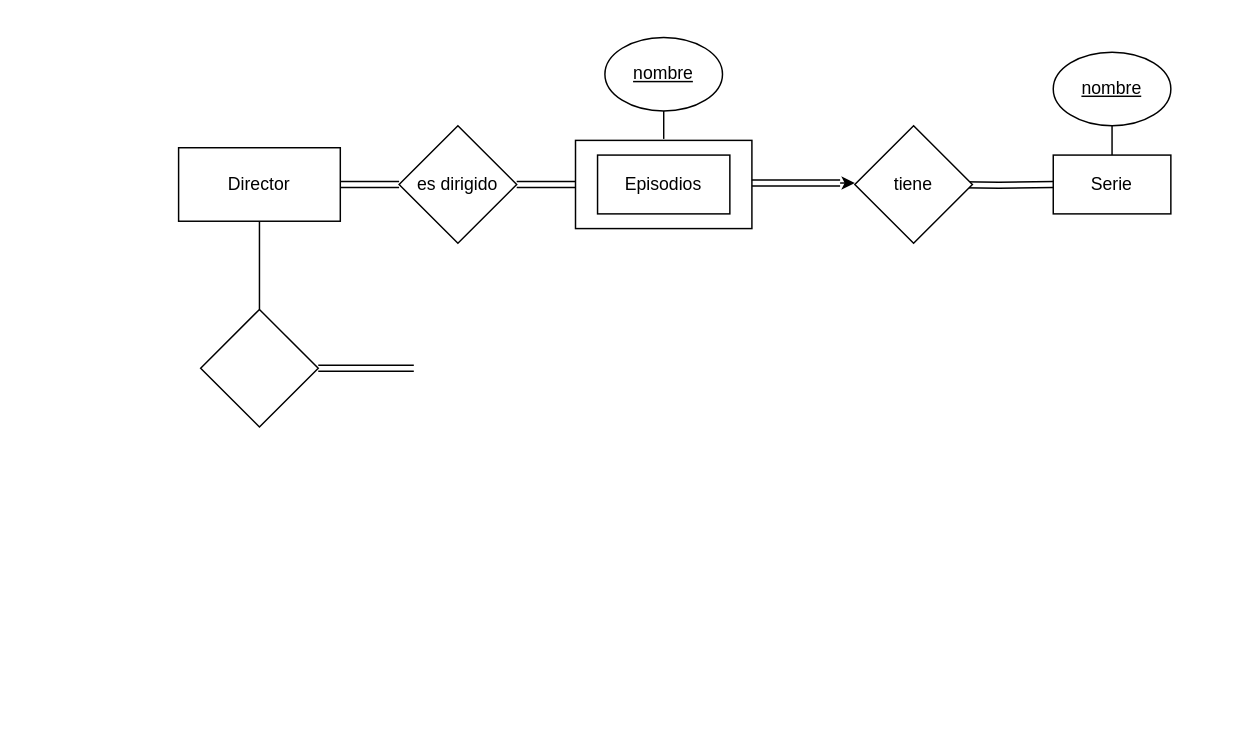
Earlier version of the draw.io diagram Untitled Diagram.drawio (jcitog/BBDD). Source tidied: cells renumbered, new cells numbered last; positions are measured from the earlier drawing's top-left corner, leaving out a move shared by most shapes. Both pictures are drawn from the tidied source at 147%, with x=0, y=0 at pixel (178, 37).
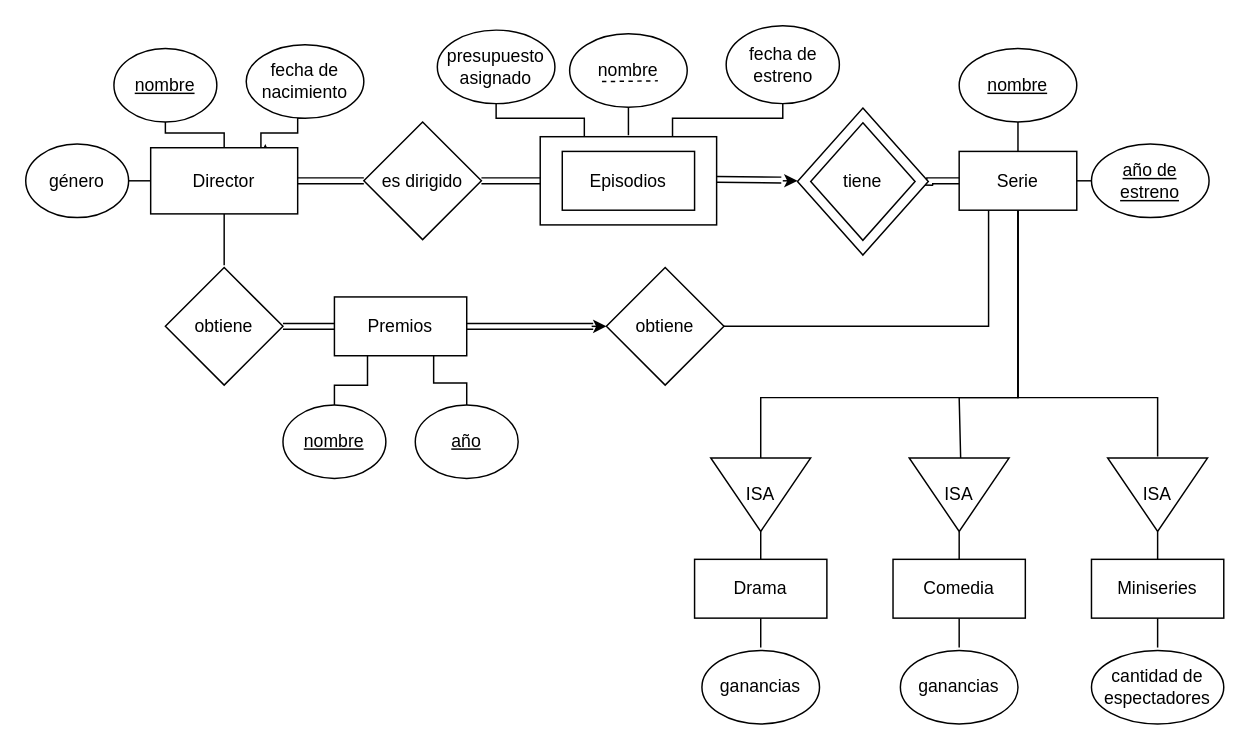
After the change.

The edit, as a diff of the source:
```diff
@@
+    <mxCell id="21" style="edgeStyle=orthogonalEdgeStyle;rounded=0;jettySize=auto;html=1;exitX=1;exitY=0.5;exitDx=0;exitDy=0;entryX=0;entryY=0.5;entryDx=0;entryDy=0;endArrow=none;endFill=0;" parent="1" edge="1" source="2" target="37">
+      <mxGeometry relative="1" as="geometry" />
+    </mxCell>
+    <mxCell id="22" style="edgeStyle=orthogonalEdgeStyle;rounded=0;jettySize=auto;html=1;exitX=0.25;exitY=1;exitDx=0;exitDy=0;endArrow=none;endFill=0;entryX=1;entryY=0.5;entryDx=0;entryDy=0;" parent="1" edge="1" source="2" target="32">
+      <mxGeometry relative="1" as="geometry" />
+    </mxCell>
+    <mxCell id="23" style="edgeStyle=orthogonalEdgeStyle;rounded=0;jettySize=auto;html=1;exitX=0.5;exitY=1;exitDx=0;exitDy=0;endArrow=none;endFill=0;entryX=0;entryY=0.5;entryDx=0;entryDy=0;" parent="1" edge="1" source="2" target="39">
+      <mxGeometry relative="1" as="geometry">
+        <Array as="points">
+          <mxPoint x="571" y="245" />
+          <mxPoint x="396" y="245" />
+        </Array>
+      </mxGeometry>
+    </mxCell>
+    <mxCell id="24" style="edgeStyle=orthogonalEdgeStyle;rounded=0;jettySize=auto;html=1;exitX=0.5;exitY=1;exitDx=0;exitDy=0;entryX=0;entryY=0.5;entryDx=0;entryDy=0;endArrow=none;endFill=0;" parent="1" edge="1" source="2">
+      <mxGeometry relative="1" as="geometry">
+        <mxPoint x="532" y="286" as="targetPoint" />
+        <Array as="points">
+          <mxPoint x="571" y="245" />
+          <mxPoint x="531" y="245" />
+        </Array>
+      </mxGeometry>
+    </mxCell>
+    <mxCell id="25" style="edgeStyle=orthogonalEdgeStyle;rounded=0;jettySize=auto;html=1;exitX=0.5;exitY=1;exitDx=0;exitDy=0;entryX=0;entryY=0.5;entryDx=0;entryDy=0;endArrow=none;endFill=0;" parent="1" edge="1" source="2">
+      <mxGeometry relative="1" as="geometry">
+        <mxPoint x="666" y="285" as="targetPoint" />
+        <Array as="points">
+          <mxPoint x="571" y="245" />
+          <mxPoint x="666" y="245" />
+        </Array>
+      </mxGeometry>
+    </mxCell>
     <mxCell id="2" value="Serie" style="rounded=0;whiteSpace=wrap;html=1;" parent="1" vertex="1">
-      <mxGeometry x="595" y="80" width="80" height="40" as="geometry" />
+      <mxGeometry x="531" y="77.5" width="80" height="40" as="geometry" />
     </mxCell>
@@
     <mxCell id="4" value="&lt;u&gt;nombre&lt;/u&gt;" style="ellipse;whiteSpace=wrap;html=1;" parent="1" vertex="1">
-      <mxGeometry x="595" y="10" width="80" height="50" as="geometry" />
+      <mxGeometry x="531" y="7.5" width="80" height="50" as="geometry" />
     </mxCell>
     <mxCell id="5" style="edgeStyle=orthogonalEdgeStyle;rounded=0;orthogonalLoop=1;jettySize=auto;html=1;exitX=0.5;exitY=1;exitDx=0;exitDy=0;entryX=0.5;entryY=0;entryDx=0;entryDy=0;endArrow=none;endFill=0;" parent="1" edge="1">
       <mxGeometry relative="1" as="geometry">
-        <mxPoint x="330" y="49" as="sourcePoint" />
-        <mxPoint x="330" y="69" as="targetPoint" />
+        <mxPoint x="306" y="46.5" as="sourcePoint" />
+        <mxPoint x="306" y="66.5" as="targetPoint" />
       </mxGeometry>
     </mxCell>
-    <mxCell id="6" value="&lt;u&gt;nombre&lt;/u&gt;" style="ellipse;whiteSpace=wrap;html=1;" parent="1" vertex="1">
-      <mxGeometry x="290" width="80" height="50" as="geometry" />
+    <mxCell id="6" value="&lt;span&gt;nombre&lt;/span&gt;" style="ellipse;whiteSpace=wrap;html=1;fontStyle=0;" parent="1" vertex="1">
+      <mxGeometry x="266" y="-2.5" width="80" height="50" as="geometry" />
     </mxCell>
     <mxCell id="7" style="rounded=0;whiteSpace=wrap;html=1;" parent="1" vertex="1">
-      <mxGeometry x="270" y="70" width="120" height="60" as="geometry" />
+      <mxGeometry x="246" y="67.5" width="120" height="60" as="geometry" />
     </mxCell>
     <mxCell id="8" value="Episodios" style="rounded=0;whiteSpace=wrap;html=1;" parent="1" vertex="1">
-      <mxGeometry x="285" y="80" width="90" height="40" as="geometry" />
+      <mxGeometry x="261" y="77.5" width="90" height="40" as="geometry" />
     </mxCell>
     <mxCell id="9" style="edgeStyle=orthogonalEdgeStyle;rounded=0;jettySize=auto;html=1;exitX=0.75;exitY=0;exitDx=0;exitDy=0;" parent="1" edge="1" source="11">
       <mxGeometry relative="1" as="geometry">
-        <mxPoint x="83" y="75" as="targetPoint" />
+        <mxPoint x="59" y="72.5" as="targetPoint" />
       </mxGeometry>
     </mxCell>
-    <mxCell id="10" style="edgeStyle=orthogonalEdgeStyle;rounded=0;jettySize=auto;html=1;exitX=0.5;exitY=1;exitDx=0;exitDy=0;endArrow=none;endFill=0;" parent="1" edge="1" source="11">
-      <mxGeometry relative="1" as="geometry">
-        <mxPoint x="55" y="185" as="targetPoint" />
-      </mxGeometry>
-    </mxCell>
+    <mxCell id="26" style="edgeStyle=orthogonalEdgeStyle;rounded=0;jettySize=auto;html=1;exitX=0.5;exitY=0;exitDx=0;exitDy=0;entryX=0.5;entryY=1;entryDx=0;entryDy=0;endArrow=none;endFill=0;" parent="1" edge="1" source="11" target="48">
+      <mxGeometry relative="1" as="geometry">
+        <Array as="points">
+          <mxPoint x="31" y="65" />
+          <mxPoint x="-9" y="65" />
+        </Array>
+      </mxGeometry>
+    </mxCell>
+    <mxCell id="27" style="edgeStyle=orthogonalEdgeStyle;rounded=0;jettySize=auto;html=1;exitX=0.5;exitY=1;exitDx=0;exitDy=0;endArrow=none;endFill=0;" parent="1" edge="1" source="11">
+      <mxGeometry relative="1" as="geometry">
+        <mxPoint x="31" y="155" as="targetPoint" />
+      </mxGeometry>
+    </mxCell>
     <mxCell id="11" value="Director" style="rounded=0;whiteSpace=wrap;html=1;" parent="1" vertex="1">
-      <mxGeometry y="75" width="110" height="50" as="geometry" />
+      <mxGeometry x="-19" y="75" width="100" height="45" as="geometry" />
     </mxCell>
@@
     <mxCell id="14" value="es dirigido" style="rhombus;whiteSpace=wrap;html=1;" parent="1" vertex="1">
-      <mxGeometry x="150" y="60" width="80" height="80" as="geometry" />
+      <mxGeometry x="126" y="57.5" width="80" height="80" as="geometry" />
     </mxCell>
-    <mxCell id="15" style="edgeStyle=orthogonalEdgeStyle;shape=link;rounded=0;jettySize=auto;html=1;exitX=1;exitY=0.5;exitDx=0;exitDy=0;" parent="1" edge="1" target="2">
+    <mxCell id="15" style="edgeStyle=orthogonalEdgeStyle;shape=link;rounded=0;jettySize=auto;html=1;" parent="1" edge="1" target="2">
       <mxGeometry relative="1" as="geometry">
-        <mxPoint x="520" y="100" as="sourcePoint" />
+        <mxPoint x="490" y="98" as="sourcePoint" />
       </mxGeometry>
     </mxCell>
     <mxCell id="16" style="shape=link;html=1;" parent="1" edge="1">
       <mxGeometry relative="1" as="geometry">
-        <mxPoint x="390" y="99" as="sourcePoint" />
-        <mxPoint x="450" y="99" as="targetPoint" />
+        <mxPoint x="366" y="96.5" as="sourcePoint" />
+        <mxPoint x="410" y="97" as="targetPoint" />
       </mxGeometry>
     </mxCell>
     <mxCell id="17" style="endArrow=classic;html=1;" parent="1" edge="1">
       <mxGeometry relative="1" as="geometry">
-        <mxPoint x="450" y="99" as="sourcePoint" />
-        <mxPoint x="460" y="99" as="targetPoint" />
+        <mxPoint x="411" y="97.5" as="sourcePoint" />
+        <mxPoint x="421" y="97.5" as="targetPoint" />
       </mxGeometry>
     </mxCell>
+    <mxCell id="28" style="edgeStyle=orthogonalEdgeStyle;shape=link;rounded=0;jettySize=auto;html=1;exitX=1;exitY=0.5;exitDx=0;exitDy=0;entryX=-0.112;entryY=0.5;entryDx=0;entryDy=0;entryPerimeter=0;endArrow=classic;endFill=1;" parent="1" edge="1" source="31" target="32">
+      <mxGeometry relative="1" as="geometry" />
+    </mxCell>
+    <mxCell id="29" style="edgeStyle=orthogonalEdgeStyle;rounded=0;jettySize=auto;html=1;exitX=0.25;exitY=1;exitDx=0;exitDy=0;endArrow=none;endFill=0;entryX=0.5;entryY=0;entryDx=0;entryDy=0;" parent="1" edge="1" source="31" target="50">
+      <mxGeometry relative="1" as="geometry" />
+    </mxCell>
+    <mxCell id="30" style="edgeStyle=orthogonalEdgeStyle;rounded=0;jettySize=auto;html=1;exitX=0.75;exitY=1;exitDx=0;exitDy=0;endArrow=none;endFill=0;entryX=0.5;entryY=0;entryDx=0;entryDy=0;" parent="1" edge="1" source="31" target="49">
+      <mxGeometry relative="1" as="geometry">
+        <Array as="points">
+          <mxPoint x="174" y="235" />
+          <mxPoint x="196" y="235" />
+        </Array>
+      </mxGeometry>
+    </mxCell>
+    <mxCell id="31" value="Premios" style="rounded=0;whiteSpace=wrap;html=1;" parent="1" vertex="1">
+      <mxGeometry x="106" y="176.5" width="90" height="40" as="geometry" />
+    </mxCell>
+    <mxCell id="32" value="obtiene" style="rhombus;whiteSpace=wrap;html=1;" parent="1" vertex="1">
+      <mxGeometry x="291" y="156.5" width="80" height="80" as="geometry" />
+    </mxCell>
+    <mxCell id="33" style="endArrow=classic;html=1;" parent="1" edge="1">
+      <mxGeometry relative="1" as="geometry">
+        <mxPoint x="281" y="196.5" as="sourcePoint" />
+        <mxPoint x="291" y="196.5" as="targetPoint" />
+      </mxGeometry>
+    </mxCell>
+    <mxCell id="34" style="endArrow=classic;html=1;" parent="1" edge="1" target="20">
+      <mxGeometry relative="1" as="geometry">
+        <mxPoint x="31" y="196.5" as="sourcePoint" />
+      </mxGeometry>
+    </mxCell>
+    <mxCell id="35" style="text;html=1;align=left;verticalAlign=top;spacingTop=-4;" parent="1" vertex="1">
+      <mxGeometry x="413" y="447" width="20" height="20" as="geometry" />
+    </mxCell>
+    <mxCell id="36" style="endArrow=classic;html=1;" parent="1" edge="1">
+      <mxGeometry relative="1" as="geometry">
+        <mxPoint x="41" y="196.5" as="sourcePoint" />
+        <mxPoint x="31" y="196.5" as="targetPoint" />
+      </mxGeometry>
+    </mxCell>
+    <mxCell id="37" value="&lt;u&gt;año de estreno&lt;/u&gt;" style="ellipse;whiteSpace=wrap;html=1;" parent="1" vertex="1">
+      <mxGeometry x="621" y="72.5" width="80" height="50" as="geometry" />
+    </mxCell>
+    <mxCell id="38" style="edgeStyle=orthogonalEdgeStyle;rounded=0;jettySize=auto;html=1;exitX=1;exitY=0.5;exitDx=0;exitDy=0;entryX=0.5;entryY=0;entryDx=0;entryDy=0;endArrow=none;endFill=0;" parent="1" edge="1" source="39" target="56">
+      <mxGeometry relative="1" as="geometry" />
+    </mxCell>
+    <mxCell id="39" value="ISA" style="triangle;whiteSpace=wrap;html=1;rotation=90;verticalAlign=middle;horizontal=0;" parent="1" vertex="1">
+      <mxGeometry x="371" y="277" width="50" height="68" as="geometry" />
+    </mxCell>
+    <mxCell id="40" style="edgeStyle=orthogonalEdgeStyle;rounded=0;jettySize=auto;html=1;exitX=0.5;exitY=1;exitDx=0;exitDy=0;entryX=0.75;entryY=0;entryDx=0;entryDy=0;endArrow=none;endFill=0;" parent="1" edge="1" source="41" target="7">
+      <mxGeometry relative="1" as="geometry">
+        <Array as="points">
+          <mxPoint x="411" y="55" />
+          <mxPoint x="336" y="55" />
+        </Array>
+      </mxGeometry>
+    </mxCell>
+    <mxCell id="41" value="fecha de estreno" style="ellipse;whiteSpace=wrap;html=1;" parent="1" vertex="1">
+      <mxGeometry x="372.5" y="-8" width="77" height="53" as="geometry" />
+    </mxCell>
+    <mxCell id="42" style="edgeStyle=orthogonalEdgeStyle;rounded=0;jettySize=auto;html=1;exitX=0.5;exitY=1;exitDx=0;exitDy=0;entryX=0.25;entryY=0;entryDx=0;entryDy=0;endArrow=none;endFill=0;" parent="1" edge="1" source="43" target="7">
+      <mxGeometry relative="1" as="geometry">
+        <Array as="points">
+          <mxPoint x="216" y="55" />
+          <mxPoint x="276" y="55" />
+        </Array>
+      </mxGeometry>
+    </mxCell>
+    <mxCell id="43" value="presupuesto asignado" style="ellipse;whiteSpace=wrap;html=1;" parent="1" vertex="1">
+      <mxGeometry x="176" y="-5" width="80" height="50" as="geometry" />
+    </mxCell>
+    <mxCell id="44" style="edgeStyle=orthogonalEdgeStyle;rounded=0;jettySize=auto;html=1;exitX=1;exitY=0.5;exitDx=0;exitDy=0;entryX=0;entryY=0.5;entryDx=0;entryDy=0;endArrow=none;endFill=0;" parent="1" edge="1" source="45" target="11">
+      <mxGeometry relative="1" as="geometry" />
+    </mxCell>
+    <mxCell id="45" value="género" style="ellipse;whiteSpace=wrap;html=1;" parent="1" vertex="1">
+      <mxGeometry x="-104" y="72.5" width="70" height="50" as="geometry" />
+    </mxCell>
+    <mxCell id="46" style="edgeStyle=orthogonalEdgeStyle;rounded=0;jettySize=auto;html=1;exitX=0.5;exitY=1;exitDx=0;exitDy=0;entryX=0.75;entryY=0;entryDx=0;entryDy=0;endArrow=none;endFill=0;" parent="1" edge="1" source="47" target="11">
+      <mxGeometry relative="1" as="geometry">
+        <Array as="points">
+          <mxPoint x="81" y="65" />
+          <mxPoint x="56" y="65" />
+        </Array>
+      </mxGeometry>
+    </mxCell>
+    <mxCell id="47" value="fecha de nacimiento" style="ellipse;whiteSpace=wrap;html=1;" parent="1" vertex="1">
+      <mxGeometry x="46" y="5" width="80" height="50" as="geometry" />
+    </mxCell>
+    <mxCell id="48" value="&lt;u&gt;nombre&lt;/u&gt;" style="ellipse;whiteSpace=wrap;html=1;" parent="1" vertex="1">
+      <mxGeometry x="-44" y="7.5" width="70" height="50" as="geometry" />
+    </mxCell>
+    <mxCell id="49" value="&lt;u&gt;año&lt;/u&gt;" style="ellipse;whiteSpace=wrap;html=1;" parent="1" vertex="1">
+      <mxGeometry x="161" y="250" width="70" height="50" as="geometry" />
+    </mxCell>
+    <mxCell id="50" value="&lt;u&gt;nombre&lt;/u&gt;" style="ellipse;whiteSpace=wrap;html=1;" parent="1" vertex="1">
+      <mxGeometry x="71" y="250" width="70" height="50" as="geometry" />
+    </mxCell>
+    <mxCell id="51" style="edgeStyle=orthogonalEdgeStyle;rounded=0;jettySize=auto;html=1;exitX=1;exitY=0.5;exitDx=0;exitDy=0;entryX=0.5;entryY=0;entryDx=0;entryDy=0;endArrow=none;endFill=0;" parent="1" edge="1" source="52" target="58">
+      <mxGeometry relative="1" as="geometry" />
+    </mxCell>
+    <mxCell id="52" value="ISA" style="triangle;whiteSpace=wrap;html=1;rotation=90;verticalAlign=middle;horizontal=0;" parent="1" vertex="1">
+      <mxGeometry x="641" y="277" width="50" height="68" as="geometry" />
+    </mxCell>
+    <mxCell id="53" style="edgeStyle=orthogonalEdgeStyle;rounded=0;jettySize=auto;html=1;exitX=1;exitY=0.5;exitDx=0;exitDy=0;entryX=0.5;entryY=0;entryDx=0;entryDy=0;endArrow=none;endFill=0;" parent="1" edge="1" source="54" target="60">
+      <mxGeometry relative="1" as="geometry" />
+    </mxCell>
+    <mxCell id="54" value="ISA" style="triangle;whiteSpace=wrap;html=1;rotation=90;verticalAlign=middle;horizontal=0;" parent="1" vertex="1">
+      <mxGeometry x="506" y="277" width="50" height="68" as="geometry" />
+    </mxCell>
+    <mxCell id="55" style="edgeStyle=orthogonalEdgeStyle;rounded=0;jettySize=auto;html=1;exitX=0.5;exitY=1;exitDx=0;exitDy=0;endArrow=none;endFill=0;" parent="1" edge="1" source="56">
+      <mxGeometry relative="1" as="geometry">
+        <mxPoint x="396" y="415" as="targetPoint" />
+      </mxGeometry>
+    </mxCell>
+    <mxCell id="56" value="Drama" style="rounded=0;whiteSpace=wrap;html=1;" parent="1" vertex="1">
+      <mxGeometry x="351" y="355" width="90" height="40" as="geometry" />
+    </mxCell>
+    <mxCell id="57" style="edgeStyle=orthogonalEdgeStyle;rounded=0;jettySize=auto;html=1;exitX=0.5;exitY=1;exitDx=0;exitDy=0;endArrow=none;endFill=0;" parent="1" edge="1" source="58">
+      <mxGeometry relative="1" as="geometry">
+        <mxPoint x="666" y="415" as="targetPoint" />
+      </mxGeometry>
+    </mxCell>
+    <mxCell id="58" value="Miniseries" style="rounded=0;whiteSpace=wrap;html=1;" parent="1" vertex="1">
+      <mxGeometry x="621" y="355" width="90" height="40" as="geometry" />
+    </mxCell>
+    <mxCell id="59" style="edgeStyle=orthogonalEdgeStyle;rounded=0;jettySize=auto;html=1;exitX=0.5;exitY=1;exitDx=0;exitDy=0;endArrow=none;endFill=0;" parent="1" edge="1" source="60">
+      <mxGeometry relative="1" as="geometry">
+        <mxPoint x="531" y="415" as="targetPoint" />
+      </mxGeometry>
+    </mxCell>
+    <mxCell id="60" value="Comedia" style="rounded=0;whiteSpace=wrap;html=1;" parent="1" vertex="1">
+      <mxGeometry x="486" y="355" width="90" height="40" as="geometry" />
+    </mxCell>
+    <mxCell id="61" value="ganancias" style="ellipse;whiteSpace=wrap;html=1;" parent="1" vertex="1">
+      <mxGeometry x="356" y="417" width="80" height="50" as="geometry" />
+    </mxCell>
+    <mxCell id="62" value="cantidad de espectadores" style="ellipse;whiteSpace=wrap;html=1;" parent="1" vertex="1">
+      <mxGeometry x="621" y="417" width="90" height="50" as="geometry" />
+    </mxCell>
+    <mxCell id="63" value="ganancias" style="ellipse;whiteSpace=wrap;html=1;" parent="1" vertex="1">
+      <mxGeometry x="491" y="417" width="80" height="50" as="geometry" />
+    </mxCell>
+    <mxCell id="20" value="obtiene" style="rhombus;whiteSpace=wrap;html=1;" parent="1" vertex="1">
+      <mxGeometry x="-9" y="156.5" width="80" height="80" as="geometry" />
+    </mxCell>
+    <mxCell id="64" style="edgeStyle=orthogonalEdgeStyle;shape=link;rounded=0;jettySize=auto;html=1;exitX=0;exitY=0.5;exitDx=0;exitDy=0;endArrow=classic;endFill=1;" parent="1" edge="1" source="31" target="20">
+      <mxGeometry relative="1" as="geometry" />
+    </mxCell>
+    <mxCell id="65" style="rhombus;whiteSpace=wrap;html=1;" parent="1" vertex="1">
+      <mxGeometry x="421" y="48" width="89" height="100" as="geometry" />
+    </mxCell>
     <mxCell id="18" value="tiene" style="rhombus;whiteSpace=wrap;html=1;" parent="1" vertex="1">
-      <mxGeometry x="460" y="60" width="80" height="80" as="geometry" />
+      <mxGeometry x="430" y="58" width="71" height="80" as="geometry" />
     </mxCell>
-    <mxCell id="19" style="edgeStyle=orthogonalEdgeStyle;rounded=0;jettySize=auto;html=1;exitX=1;exitY=0.5;exitDx=0;exitDy=0;endArrow=none;endFill=0;shape=link;" parent="1" edge="1" source="20">
-      <mxGeometry relative="1" as="geometry">
-        <mxPoint x="160" y="225" as="targetPoint" />
-      </mxGeometry>
-    </mxCell>
-    <mxCell id="20" style="rhombus;whiteSpace=wrap;html=1;" parent="1" vertex="1">
-      <mxGeometry x="15" y="185" width="80" height="80" as="geometry" />
-    </mxCell>
+    <mxCell id="66" style="endArrow=none;dashed=1;html=1;" parent="1" edge="1">
+      <mxGeometry relative="1" as="geometry">
+        <mxPoint x="288" y="30" as="sourcePoint" />
+        <mxPoint x="326" y="29.5" as="targetPoint" />
+      </mxGeometry>
+    </mxCell>
```
